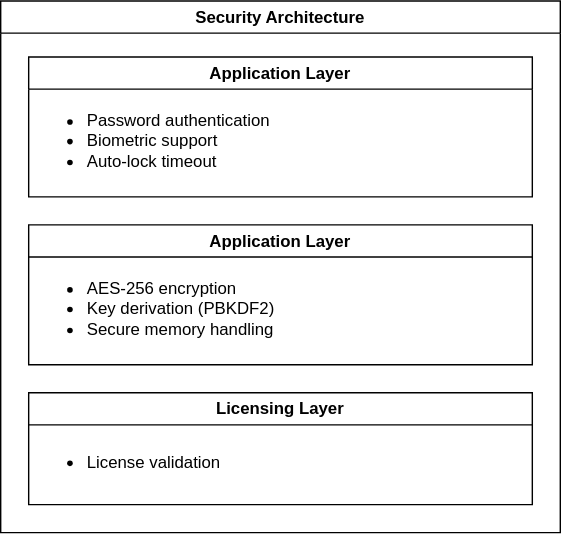
Earlier version of the draw.io export docs/diagrams/security/security-architecture.svg (ArgoRobots/Argo-Books-Avalonia). Source tidied: cells renumbered, new cells last; positions are measured from the earlier drawing's top-left corner, leaving out a move shared by most shapes.
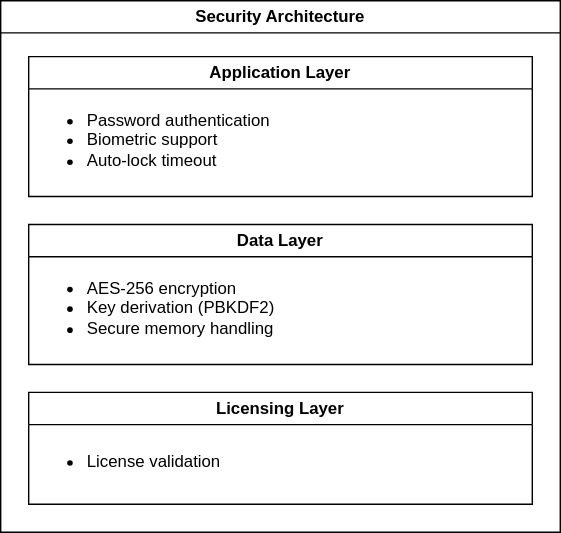
Later version of the same file.

Change to the diagram source:
```diff
@@ -11,7 +11,7 @@
     <mxCell id="4" value="&lt;ul&gt;&lt;li&gt;Password authentication&lt;/li&gt;&lt;li&gt;Biometric support&lt;/li&gt;&lt;li&gt;Auto-lock timeout&lt;/li&gt;&lt;/ul&gt;" style="text;html=1;whiteSpace=wrap;strokeColor=none;fillColor=none;align=left;verticalAlign=middle;rounded=0;" parent="3" vertex="1">
       <mxGeometry y="20" width="190" height="80" as="geometry" />
     </mxCell>
-    <mxCell id="5" value="Application Layer" style="swimlane;whiteSpace=wrap;html=1;" parent="2" vertex="1">
+    <mxCell id="5" value="Data Layer" style="swimlane;whiteSpace=wrap;html=1;" parent="2" vertex="1">
       <mxGeometry x="20" y="160" width="360" height="100" as="geometry" />
     </mxCell>
     <mxCell id="6" value="&lt;ul&gt;&lt;li&gt;AES-256 encryption&lt;/li&gt;&lt;li&gt;Key derivation (PBKDF2)&lt;/li&gt;&lt;li&gt;Secure memory handling&lt;/li&gt;&lt;/ul&gt;" style="text;html=1;whiteSpace=wrap;strokeColor=none;fillColor=none;align=left;verticalAlign=middle;rounded=0;" parent="5" vertex="1">
```
